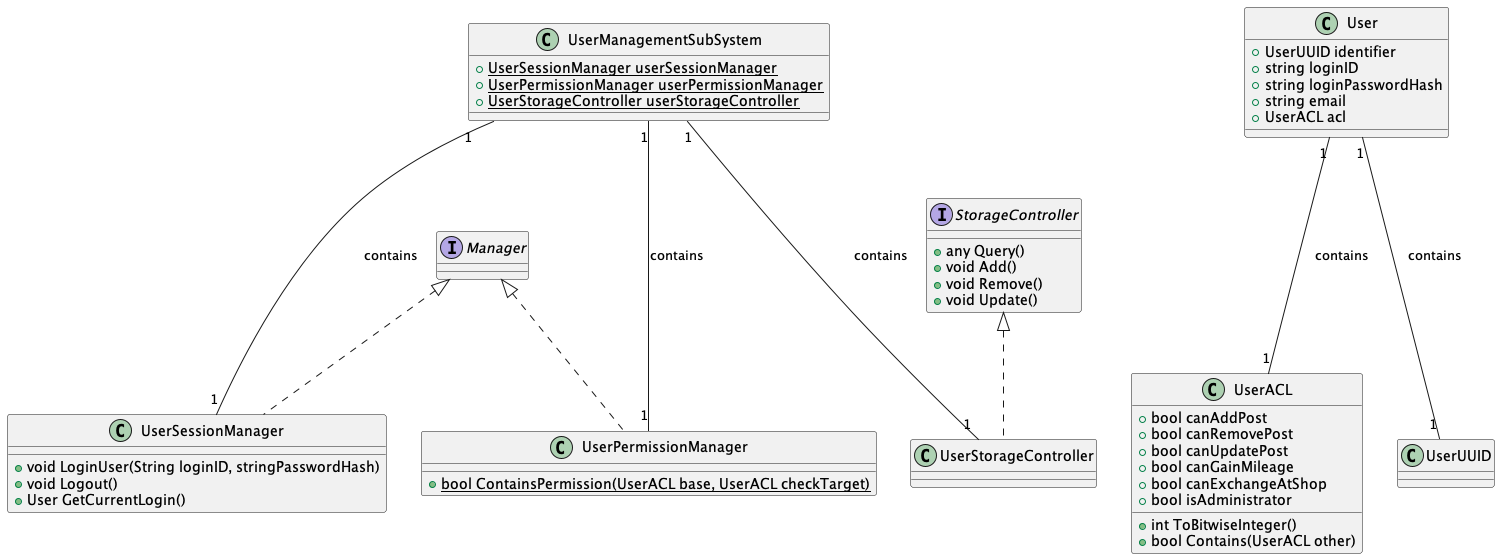
Above: rendered/UserManagement.png in ShapeLayer/se-lecture-task__project-structure-definitions (PlantUML), before the change.
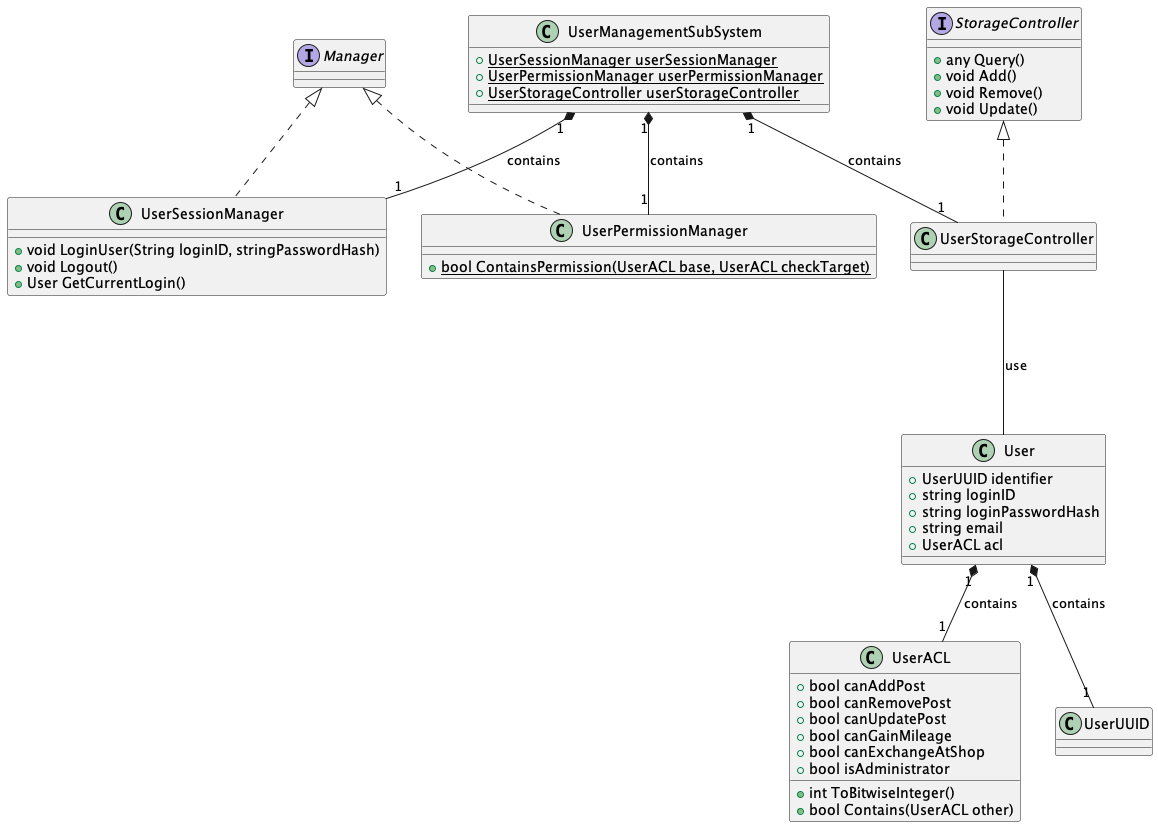
The same file after the commit.

What changed in the source:
```diff
@@ -32,16 +32,15 @@
     + User GetCurrentLogin()
 }
 
-
-
 class UserStorageController implements StorageController {}
+UserStorageController --- User : use
 
 class UserPermissionManager implements Manager {
     + {static} bool ContainsPermission(UserACL base, UserACL checkTarget)
 }
 
-User "1" --- "1" UserUUID : contains
-User "1" --- "1" UserACL : contains
+User "1" *-- "1" UserUUID : contains
+User "1" *-- "1" UserACL : contains
 
 
 class UserManagementSubSystem {
@@ -50,7 +49,7 @@
     + {static} UserStorageController userStorageController
 }
 
-UserManagementSubSystem "1" --- "1" UserSessionManager : contains
-UserManagementSubSystem "1" --- "1" UserStorageController : contains
-UserManagementSubSystem "1" --- "1" UserPermissionManager : contains
+UserManagementSubSystem "1" *-- "1" UserSessionManager : contains
+UserManagementSubSystem "1" *-- "1" UserStorageController : contains
+UserManagementSubSystem "1" *-- "1" UserPermissionManager : contains
 @enduml
```
